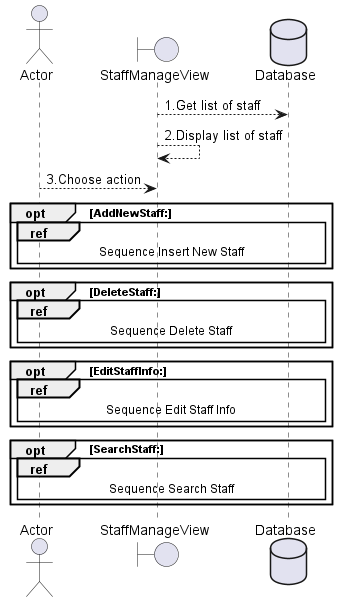
This is Lab 1/Lab1.2/Sequence Diagram/export/QL nhan vien.png from vanlinh1602/SE357-Pratice-class, a PlantUML export, as it was before one commit.
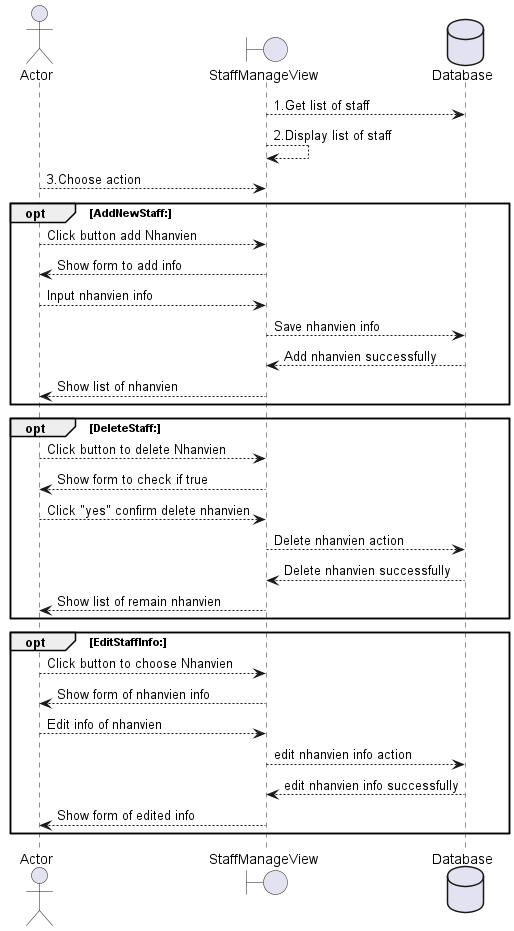
After the change.

What changed in the source:
```diff
@@ -9,19 +9,30 @@
 Actor --> StaffManageView: 3.Choose action
 
 opt AddNewStaff:
-    ref over Actor, StaffManageView, Database: Sequence Insert New Staff
+Actor --> StaffManageView: Click button add Nhanvien
+StaffManageView --> Actor: Show form to add info
+Actor --> StaffManageView: Input nhanvien info
+StaffManageView --> Database: Save nhanvien info
+Database --> StaffManageView: Add nhanvien successfully
+StaffManageView --> Actor: Show list of nhanvien
 end
 
 opt DeleteStaff:
-    ref over Actor, StaffManageView, Database: Sequence Delete Staff
+Actor --> StaffManageView: Click button to delete Nhanvien
+StaffManageView --> Actor: Show form to check if true
+Actor --> StaffManageView: Click "yes" confirm delete nhanvien
+StaffManageView --> Database: Delete nhanvien action
+Database --> StaffManageView: Delete nhanvien successfully
+StaffManageView --> Actor: Show list of remain nhanvien
 end
 
 opt EditStaffInfo:
-    ref over Actor, StaffManageView, Database: Sequence Edit Staff Info
-end
-
-opt SearchStaff:
-    ref over Actor, StaffManageView, Database: Sequence Search Staff
+Actor --> StaffManageView: Click button to choose Nhanvien
+StaffManageView --> Actor: Show form of nhanvien info
+Actor --> StaffManageView: Edit info of nhanvien
+StaffManageView --> Database:  edit nhanvien info action
+Database --> StaffManageView: edit nhanvien info successfully
+StaffManageView --> Actor: Show form of edited info
 end
 
 @enduml
```
